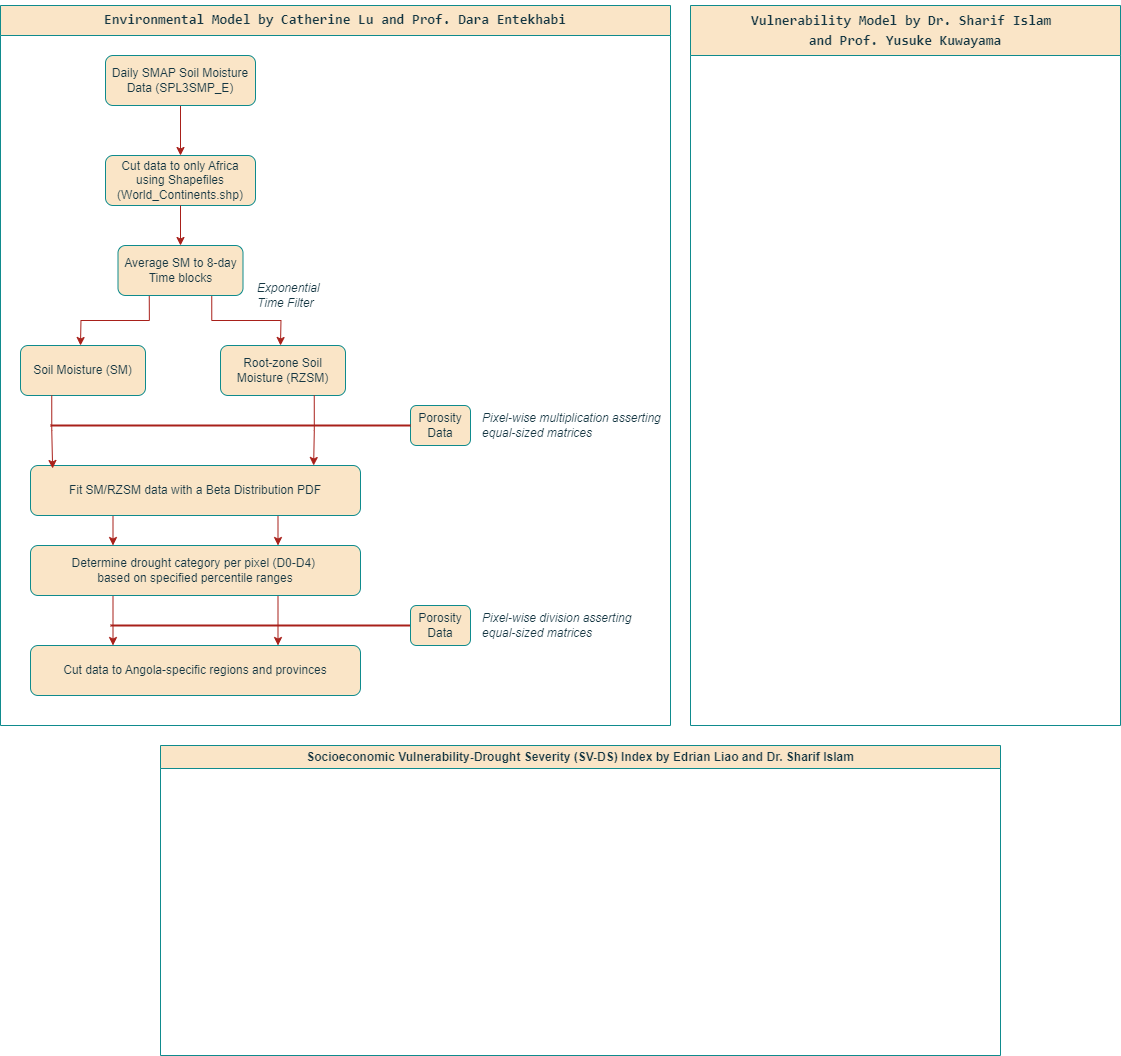
The draw.io diagram figures/SMAP_data_processing.png in edrian-liao/angola-drought, before a commit. Source tidied: cells renumbered, new cells last; positions are measured from the earlier drawing's top-left corner, leaving out a move shared by most shapes.
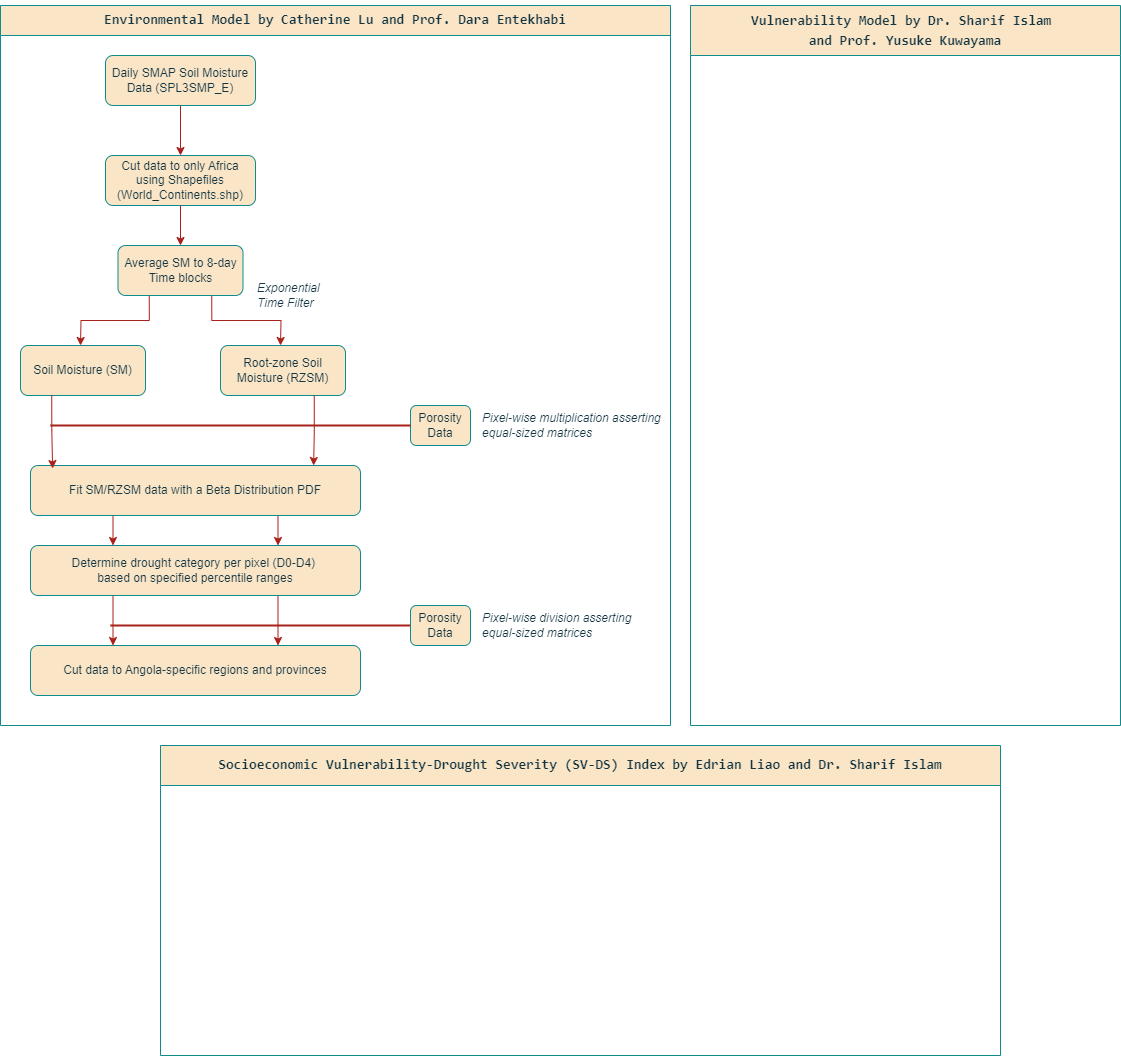
Later version of the same file.

Change to the diagram source:
```diff
@@ -96,7 +96,7 @@
     <mxCell id="29" value="&lt;p style=&quot;line-height: 100%;&quot;&gt;&lt;/p&gt;&lt;pre style=&quot;line-height: 40%; font-size: 14px;&quot;&gt;&lt;font style=&quot;font-size: 14px;&quot;&gt;Vulnerability Model by Dr. Sharif Islam &lt;/font&gt;&lt;/pre&gt;&lt;pre style=&quot;line-height: 40%; font-size: 14px;&quot;&gt;&lt;font style=&quot;font-size: 14px;&quot;&gt;and Prof. Yusuke Kuwayama&lt;/font&gt;&lt;/pre&gt;&lt;p&gt;&lt;/p&gt;" style="swimlane;whiteSpace=wrap;html=1;strokeColor=#0F8B8D;fontColor=#143642;fillColor=#FAE5C7;startSize=50;labelBackgroundColor=none;" parent="1" vertex="1">
       <mxGeometry x="690" width="430" height="720" as="geometry" />
     </mxCell>
-    <mxCell id="30" value="Socioeconomic Vulnerability-Drought Severity (SV-DS) Index by Edrian Liao and Dr. Sharif Islam" style="swimlane;whiteSpace=wrap;html=1;strokeColor=#0F8B8D;fontColor=#143642;fillColor=#FAE5C7;labelBackgroundColor=none;" parent="1" vertex="1">
+    <mxCell id="30" value="&lt;pre&gt;&lt;font style=&quot;font-size: 14px;&quot;&gt;Socioeconomic Vulnerability-Drought Severity (SV-DS) Index by Edrian Liao and Dr. Sharif Islam&lt;/font&gt;&lt;/pre&gt;" style="swimlane;whiteSpace=wrap;html=1;strokeColor=#0F8B8D;fontColor=#143642;fillColor=#FAE5C7;labelBackgroundColor=none;startSize=40;" parent="1" vertex="1">
       <mxGeometry x="160" y="740" width="840" height="310" as="geometry" />
     </mxCell>
   </root>
```
